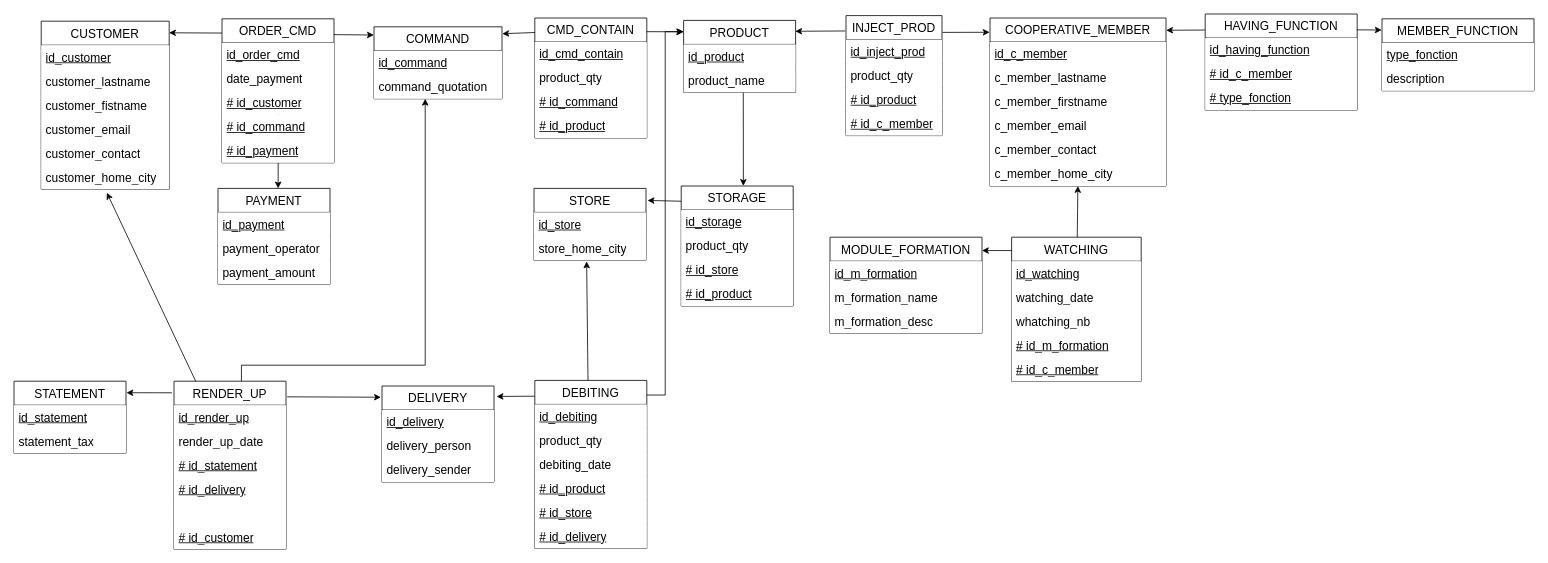
Above: doc/architectures/database/01_mld.drawio in Ghislain-KIMA/projet_tutor-_licence_2_plateforme_de_gestion_des_coop-ratives_agricoles (draw.io), before the change. Source tidied: cells renumbered, new cells numbered last; positions are measured from the earlier drawing's top-left corner, leaving out a move shared by most shapes. Both pictures are drawn from the tidied source at 80%, with x=0, y=0 at pixel (14, 14).
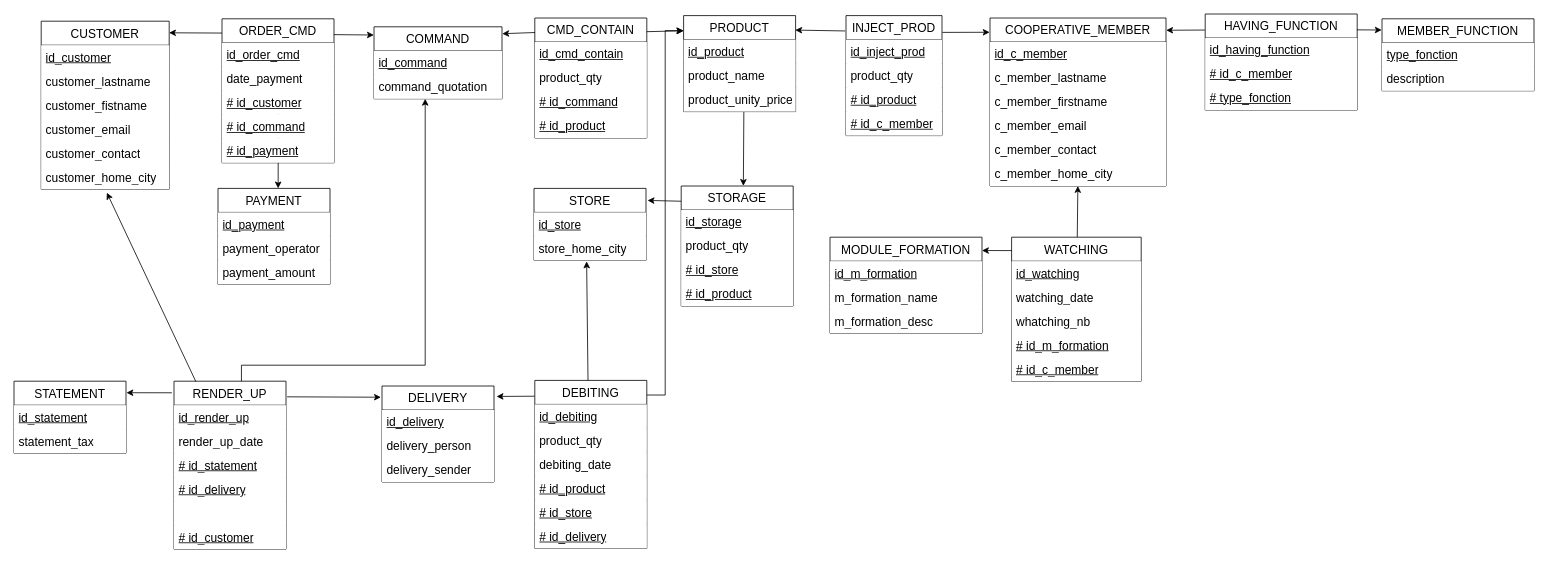
The same page after the edit.

Unchanged cells that the change refers to:
```xml
<mxCell id="40" value="STORAGE" style="swimlane;fontStyle=0;horizontal=1;startSize=30;whiteSpace=wrap;html=1;fontSize=15;" parent="1" vertex="1">
  <mxGeometry x="834" y="215" width="140" height="150" as="geometry" />
</mxCell>
<mxCell id="87" value="product_name" style="text;strokeColor=none;fillColor=default;align=left;verticalAlign=middle;spacingLeft=4;spacingRight=4;overflow=hidden;points=[[0,0.5],[1,0.5]];portConstraint=eastwest;whiteSpace=wrap;html=1;fontSize=15;" parent="85" vertex="1">
  <mxGeometry y="60" width="140" height="30" as="geometry" />
</mxCell>
```

Diff of the diagram source:
```diff
@@
     <mxCell id="85" value="PRODUCT" style="swimlane;fontStyle=0;horizontal=1;startSize=30;whiteSpace=wrap;html=1;fontSize=15;" parent="1" vertex="1">
-      <mxGeometry x="837" y="8" width="140" height="90" as="geometry" />
+      <mxGeometry x="837" y="2" width="140" height="120" as="geometry" />
     </mxCell>
@@
+    <mxCell id="108" value="product_unity_price" style="text;strokeColor=none;fillColor=default;align=left;verticalAlign=middle;spacingLeft=4;spacingRight=4;overflow=hidden;points=[[0,0.5],[1,0.5]];portConstraint=eastwest;whiteSpace=wrap;html=1;fontSize=15;" parent="85" vertex="1">
+      <mxGeometry y="90" width="140" height="30" as="geometry" />
+    </mxCell>
@@
-    <mxCell id="91" style="rounded=0;jettySize=auto;html=1;entryX=0.555;entryY=-0.001;entryDx=0;entryDy=0;exitX=0.533;exitY=1.011;exitDx=0;exitDy=0;entryPerimeter=0;exitPerimeter=0;" parent="1" edge="1" source="87" target="40">
+    <mxCell id="91" style="rounded=0;jettySize=auto;html=1;entryX=0.555;entryY=-0.001;entryDx=0;entryDy=0;exitX=0.538;exitY=1.018;exitDx=0;exitDy=0;entryPerimeter=0;exitPerimeter=0;" parent="1" edge="1" source="108" target="40">
       <mxGeometry relative="1" as="geometry" />
     </mxCell>
```
